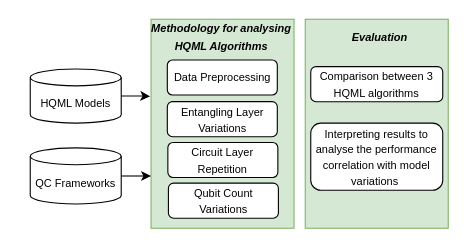
This is page "Page-3" (3 of 3) of qml.drawio from tasnimahmed11/drawio_stash, a draw.io file, before an edit. Source tidied: cells renumbered, new cells numbered last; positions are measured from the earlier drawing's top-left corner, leaving out a move shared by most shapes. Both pictures are drawn from the tidied source at 110%, with x=0, y=0 at pixel (30, 19).
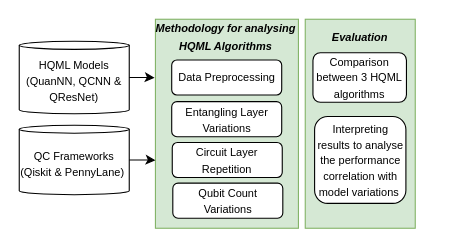
The same page after the edit.

What changed in the source:
```diff
@@
 <mxGraphModel>
   <root>
     <mxCell id="0" />
     <mxCell id="1" parent="0" />
     <mxCell id="2" style="rounded=0;whiteSpace=wrap;html=1;fillColor=#d5e8d4;strokeColor=#82b366;" parent="1" vertex="1">
-      <mxGeometry x="250" width="130" height="190" as="geometry" />
+      <mxGeometry x="250" width="100" height="190" as="geometry" />
     </mxCell>
     <mxCell id="3" style="rounded=0;whiteSpace=wrap;html=1;fillColor=#d5e8d4;strokeColor=#82b366;" parent="1" vertex="1">
-      <mxGeometry x="109.8" width="130" height="190" as="geometry" />
+      <mxGeometry x="113.8" width="130" height="190" as="geometry" />
     </mxCell>
     <mxCell id="4" value="&lt;font style=&quot;font-size: 10px;&quot;&gt;Data Preprocessing&lt;/font&gt;" style="rounded=1;whiteSpace=wrap;html=1;" parent="1" vertex="1">
-      <mxGeometry x="124.6" y="37" width="100" height="31.9" as="geometry" />
+      <mxGeometry x="128.6" y="37" width="100" height="31.9" as="geometry" />
     </mxCell>
-    <mxCell id="5" style="edgeStyle=orthogonalEdgeStyle;rounded=0;jettySize=auto;html=1;entryX=-0.006;entryY=0.369;entryDx=0;entryDy=0;entryPerimeter=0;" parent="1" edge="1" source="6" target="3">
-      <mxGeometry relative="1" as="geometry" />
-    </mxCell>
-    <mxCell id="6" value="&lt;font style=&quot;font-size: 10px;&quot;&gt;HQML Models&lt;/font&gt;" style="shape=cylinder3;whiteSpace=wrap;html=1;boundedLbl=1;backgroundOutline=1;size=7.67380952380946;" parent="1" vertex="1">
-      <mxGeometry y="45.2" width="82.7" height="49.2" as="geometry" />
+    <mxCell id="6" value="&lt;font style=&quot;font-size: 10px;&quot;&gt;HQML Models&lt;br&gt;(QuanNN, QCNN &amp;amp; QResNet)&lt;br&gt;&lt;/font&gt;" style="shape=cylinder3;whiteSpace=wrap;html=1;boundedLbl=1;backgroundOutline=1;size=3.673225806451626;" parent="1" vertex="1">
+      <mxGeometry x="-10" y="20" width="100" height="65.9" as="geometry" />
     </mxCell>
     <mxCell id="7" value="&lt;b style=&quot;&quot;&gt;&lt;i style=&quot;&quot;&gt;&lt;font style=&quot;font-size: 10px;&quot;&gt;Methodology for analysing HQML Algorithms&lt;/font&gt;&lt;/i&gt;&lt;/b&gt;" style="text;html=1;strokeColor=none;fillColor=none;align=center;verticalAlign=middle;whiteSpace=wrap;rounded=0;strokeWidth=2;fontSize=13;opacity=70;" parent="1" vertex="1">
-      <mxGeometry x="106.1" width="136" height="30" as="geometry" />
+      <mxGeometry x="110.1" width="136" height="30" as="geometry" />
     </mxCell>
     <mxCell id="8" value="&lt;font style=&quot;font-size: 10px;&quot;&gt;Entangling Layer Variations&lt;/font&gt;" style="rounded=1;whiteSpace=wrap;html=1;" parent="1" vertex="1">
-      <mxGeometry x="124.6" y="74.9" width="100" height="31.9" as="geometry" />
+      <mxGeometry x="128.6" y="74.9" width="100" height="31.9" as="geometry" />
     </mxCell>
     <mxCell id="9" value="&lt;b style=&quot;&quot;&gt;&lt;i style=&quot;&quot;&gt;&lt;font style=&quot;font-size: 10px;&quot;&gt;Evaluation&lt;/font&gt;&lt;/i&gt;&lt;/b&gt;" style="text;html=1;strokeColor=none;fillColor=none;align=center;verticalAlign=middle;whiteSpace=wrap;rounded=0;strokeWidth=2;fontSize=13;opacity=70;" parent="1" vertex="1">
-      <mxGeometry x="250" width="136" height="30" as="geometry" />
+      <mxGeometry x="255" width="90" height="30" as="geometry" />
     </mxCell>
     <mxCell id="10" value="&lt;font style=&quot;font-size: 10px;&quot;&gt;Comparison between 3 HQML algorithms&lt;/font&gt;" style="rounded=1;whiteSpace=wrap;html=1;" parent="1" vertex="1">
-      <mxGeometry x="255" y="43.1" width="120" height="31.9" as="geometry" />
+      <mxGeometry x="257" y="30.5" width="85" height="44.9" as="geometry" />
     </mxCell>
     <mxCell id="11" value="&lt;span style=&quot;font-size: 10px;&quot;&gt;Interpreting results to analyse the performance correlation with model variations&amp;nbsp;&lt;/span&gt;" style="rounded=1;whiteSpace=wrap;html=1;" parent="1" vertex="1">
-      <mxGeometry x="255" y="94.4" width="120" height="61" as="geometry" />
+      <mxGeometry x="258.5" y="88.4" width="83" height="79" as="geometry" />
     </mxCell>
-    <mxCell id="12" style="edgeStyle=orthogonalEdgeStyle;rounded=0;jettySize=auto;html=1;entryX=0;entryY=0.75;entryDx=0;entryDy=0;" parent="1" edge="1" source="13" target="3">
-      <mxGeometry relative="1" as="geometry" />
-    </mxCell>
-    <mxCell id="13" value="&lt;span style=&quot;font-size: 10px;&quot;&gt;QC Frameworks&lt;/span&gt;" style="shape=cylinder3;whiteSpace=wrap;html=1;boundedLbl=1;backgroundOutline=1;size=7.67380952380946;" parent="1" vertex="1">
-      <mxGeometry y="116.9" width="82.7" height="51.1" as="geometry" />
+    <mxCell id="13" value="&lt;span style=&quot;font-size: 10px;&quot;&gt;QC Frameworks&lt;br&gt;(Qiskit &amp;amp; PennyLane)&amp;nbsp;&lt;br&gt;&lt;/span&gt;" style="shape=cylinder3;whiteSpace=wrap;html=1;boundedLbl=1;backgroundOutline=1;size=3.5861290322581567;" parent="1" vertex="1">
+      <mxGeometry x="-10" y="96.4" width="100" height="63.1" as="geometry" />
     </mxCell>
     <mxCell id="14" value="&lt;font style=&quot;font-size: 10px;&quot;&gt;Qubit Count Variations&lt;/font&gt;" style="rounded=1;whiteSpace=wrap;html=1;" parent="1" vertex="1">
-      <mxGeometry x="125.6" y="149" width="100" height="31.9" as="geometry" />
+      <mxGeometry x="129.6" y="149" width="100" height="31.9" as="geometry" />
     </mxCell>
     <mxCell id="15" value="&lt;font style=&quot;font-size: 10px;&quot;&gt;Circuit Layer Repetition&lt;/font&gt;" style="rounded=1;whiteSpace=wrap;html=1;" parent="1" vertex="1">
-      <mxGeometry x="125.1" y="112" width="100" height="31.9" as="geometry" />
+      <mxGeometry x="129.1" y="112" width="100" height="31.9" as="geometry" />
     </mxCell>
+    <mxCell id="5" style="edgeStyle=orthogonalEdgeStyle;rounded=0;jettySize=auto;html=1;entryX=-0.006;entryY=0.28;entryDx=0;entryDy=0;entryPerimeter=0;" parent="1" edge="1" source="6" target="3">
+      <mxGeometry relative="1" as="geometry" />
+    </mxCell>
+    <mxCell id="12" style="edgeStyle=orthogonalEdgeStyle;rounded=0;jettySize=auto;html=1;entryX=0;entryY=0.675;entryDx=0;entryDy=0;entryPerimeter=0;" parent="1" edge="1" source="13" target="3">
+      <mxGeometry relative="1" as="geometry" />
+    </mxCell>
   </root>
 </mxGraphModel>
```
